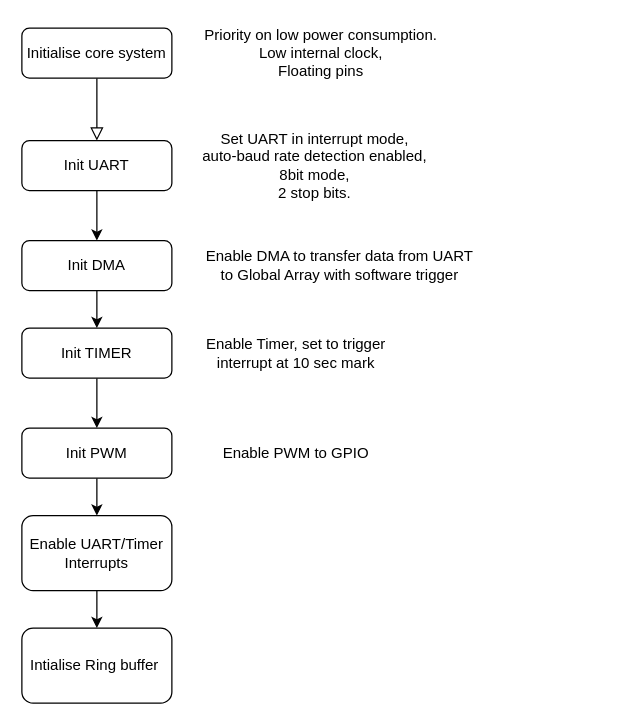
This is page "Init" (1 of 3) of Documentation/Flowchart.drawio from nagars/CPDM-IISc, a draw.io file, before an edit. Source tidied: cells renumbered, new cells numbered last; positions are measured from the earlier drawing's top-left corner, leaving out a move shared by most shapes. Both pictures are drawn from the tidied source at 125%, with x=0, y=0 at pixel (21, 21).
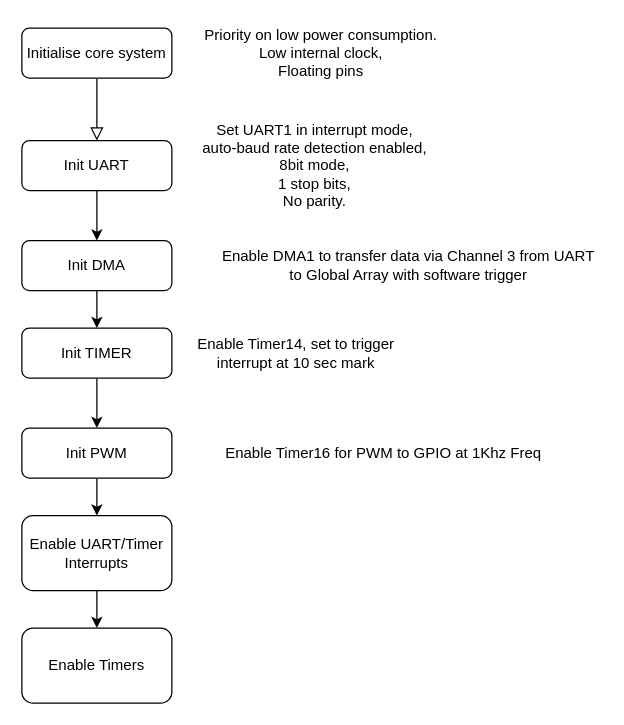
Above is the later version.

Commit message (it also covers changes not shown here):
Added documentation for pinouts on the Nucleo F042k6 board and the task prompt. FLowchart updated with adjustments for UART.

Change to the diagram source:
```diff
@@
-    <mxCell id="10" value="Set UART in interrupt mode, &lt;br&gt;auto-baud rate detection enabled,&lt;br&gt;8bit mode,&lt;br&gt;2 stop bits." style="text;html=1;align=center;verticalAlign=middle;" parent="1" vertex="1">
-      <mxGeometry x="139" y="85" width="190" height="60" as="geometry" />
+    <mxCell id="10" value="Set UART1 in interrupt mode, &lt;br&gt;auto-baud rate detection enabled,&lt;br&gt;8bit mode,&lt;br&gt;1 stop bits,&lt;br&gt;No parity." style="text;html=1;align=center;verticalAlign=middle;" parent="1" vertex="1">
+      <mxGeometry x="139" y="75" width="190" height="80" as="geometry" />
     </mxCell>
-    <mxCell id="11" value="Enable DMA to transfer data from UART &lt;br&gt;to Global Array with software trigger" style="text;html=1;align=center;verticalAlign=middle;" parent="1" vertex="1">
-      <mxGeometry x="139" y="180" width="230" height="30" as="geometry" />
+    <mxCell id="11" value="Enable DMA1 to transfer data via Channel 3 from UART &lt;br&gt;to Global Array with software trigger" style="text;html=1;align=center;verticalAlign=middle;" parent="1" vertex="1">
+      <mxGeometry x="154" y="180" width="310" height="30" as="geometry" />
     </mxCell>
@@
-    <mxCell id="14" value="Enable Timer, set to trigger &lt;br&gt;interrupt at 10 sec mark" style="text;html=1;align=center;verticalAlign=middle;" parent="1" vertex="1">
-      <mxGeometry x="139" y="250" width="160" height="30" as="geometry" />
+    <mxCell id="14" value="Enable Timer14, set to trigger &lt;br&gt;interrupt at 10 sec mark" style="text;html=1;align=center;verticalAlign=middle;" parent="1" vertex="1">
+      <mxGeometry x="134" y="250" width="170" height="30" as="geometry" />
     </mxCell>
-    <mxCell id="15" value="Enable PWM to GPIO" style="text;html=1;align=center;verticalAlign=middle;" parent="1" vertex="1">
-      <mxGeometry x="154" y="335" width="130" height="20" as="geometry" />
+    <mxCell id="15" value="Enable Timer16 for PWM to GPIO at 1Khz Freq" style="text;html=1;align=center;verticalAlign=middle;" parent="1" vertex="1">
+      <mxGeometry x="154" y="335" width="270" height="20" as="geometry" />
     </mxCell>
@@
-    <mxCell id="19" value="Intialise Ring buffer&amp;nbsp;" style="whiteSpace=wrap;html=1;rounded=1;shadow=0;strokeWidth=1;glass=0;" parent="1" vertex="1">
+    <mxCell id="19" value="Enable Timers" style="whiteSpace=wrap;html=1;rounded=1;shadow=0;strokeWidth=1;glass=0;" parent="1" vertex="1">
       <mxGeometry y="485" width="120" height="60" as="geometry" />
     </mxCell>
```
